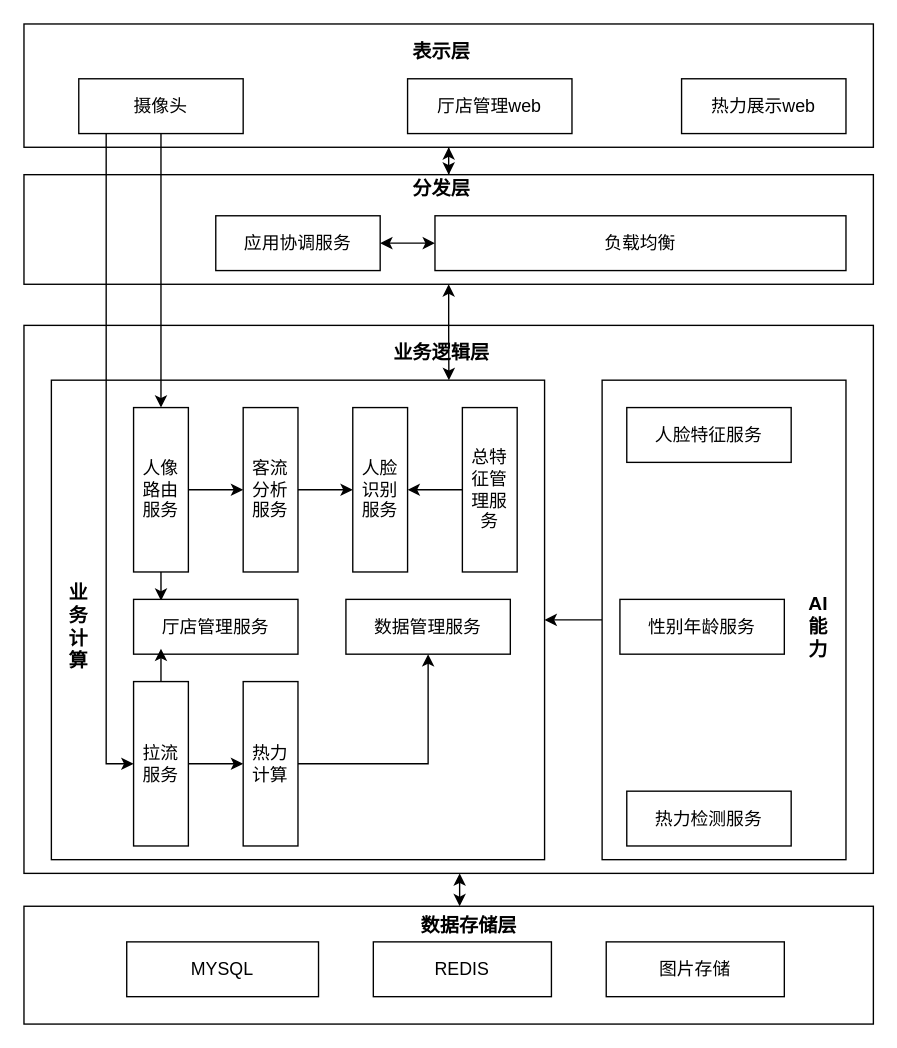
This is page "逻辑架构" (4 of 4) of 客流分析.drawio from xiaoxinyi/draw-io, a draw.io file, before an edit. Source tidied: cells renumbered, new cells numbered last; positions are measured from the earlier drawing's top-left corner, leaving out a move shared by most shapes. Both pictures are drawn from the tidied source at 137%, with x=0, y=0 at pixel (23, 23).
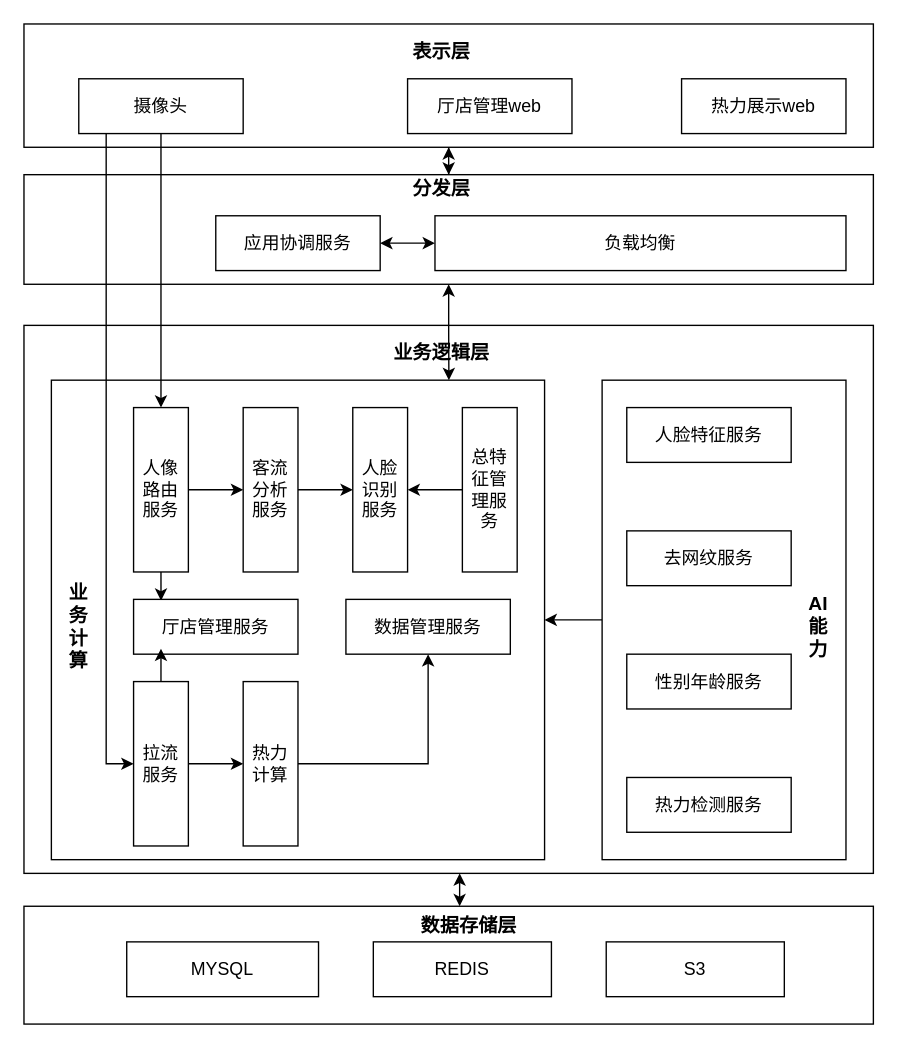
Above is the later version.

The edit, as a diff of the source:
```diff
@@
     <mxCell id="22" value="性别年龄服务" style="rounded=0;whiteSpace=wrap;html=1;fontSize=13;" parent="1" vertex="1">
-      <mxGeometry x="435" y="420" width="120" height="40" as="geometry" />
+      <mxGeometry x="440" y="460" width="120" height="40" as="geometry" />
     </mxCell>
     <mxCell id="23" value="热力检测服务" style="rounded=0;whiteSpace=wrap;html=1;fontSize=13;" parent="1" vertex="1">
-      <mxGeometry x="440" y="560" width="120" height="40" as="geometry" />
+      <mxGeometry x="440" y="550" width="120" height="40" as="geometry" />
     </mxCell>
@@
-    <mxCell id="34" value="图片存储" style="rounded=0;whiteSpace=wrap;html=1;fontSize=13;" parent="1" vertex="1">
+    <mxCell id="34" value="S3" style="rounded=0;whiteSpace=wrap;html=1;fontSize=13;" parent="1" vertex="1">
       <mxGeometry x="425" y="670" width="130" height="40" as="geometry" />
     </mxCell>
@@
+    <mxCell id="47" value="去网纹服务" style="rounded=0;whiteSpace=wrap;html=1;fontSize=13;" parent="1" vertex="1">
+      <mxGeometry x="440" y="370" width="120" height="40" as="geometry" />
+    </mxCell>
```
